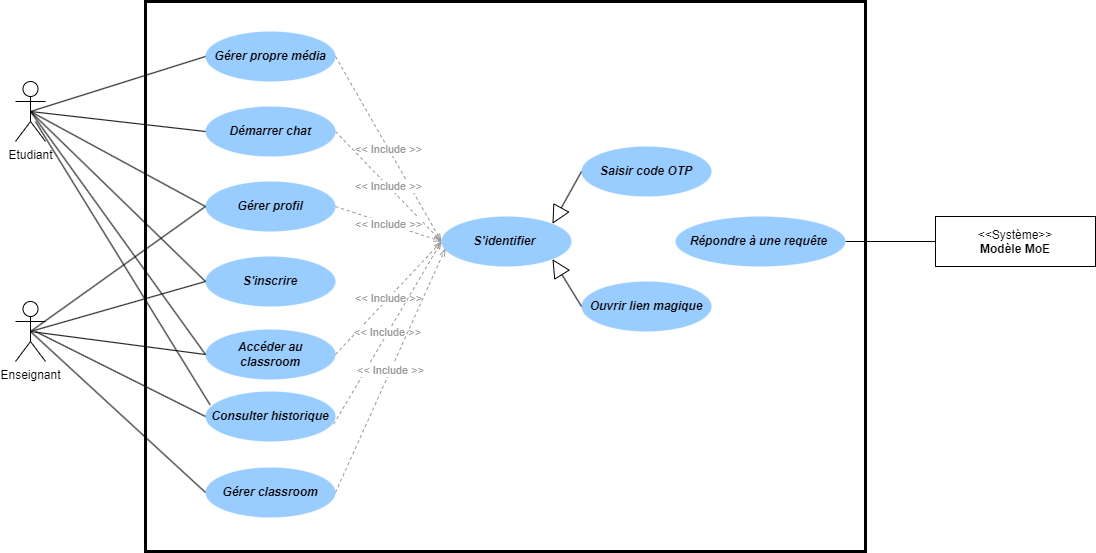
Earlier version of the draw.io export docs/images/chp3/fig2.png (undrstnd-labs/education). Source tidied: cells renumbered, new cells last; positions are measured from the earlier drawing's top-left corner, leaving out a move shared by most shapes.
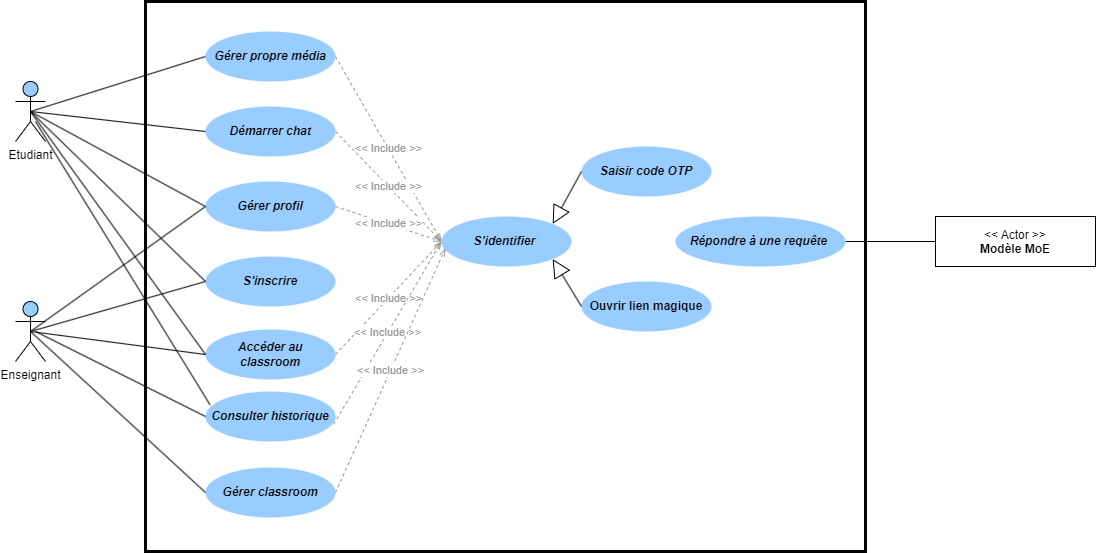
After the commit.

The edit, as a diff of the source:
```diff
@@ -2,16 +2,16 @@
   <root>
     <mxCell id="0" />
     <mxCell id="1" parent="0" />
-    <mxCell id="2" value="&lt;p&gt;&amp;lt;&amp;lt;Système&amp;gt;&amp;gt;&lt;br&gt;&lt;b&gt;Modèle MoE&lt;/b&gt;&lt;/p&gt;" style="shape=rect;html=1;overflow=fill;whiteSpace=wrap;align=center;" parent="1" vertex="1">
+    <mxCell id="2" value="&lt;p&gt;&amp;lt;&amp;lt; Actor &amp;gt;&amp;gt;&lt;br&gt;&lt;b&gt;Modèle MoE&lt;/b&gt;&lt;/p&gt;" style="shape=rect;html=1;overflow=fill;whiteSpace=wrap;align=center;" parent="1" vertex="1">
       <mxGeometry x="920" y="215" width="160" height="50" as="geometry" />
     </mxCell>
     <mxCell id="3" style="rounded=0;whiteSpace=wrap;html=1;fillColor=none;perimeter=rectanglePerimeter;strokeWidth=3;" parent="1" vertex="1">
       <mxGeometry x="130" width="720" height="550" as="geometry" />
     </mxCell>
-    <mxCell id="4" value="Etudiant" style="shape=umlActor;html=1;verticalLabelPosition=bottom;verticalAlign=top;align=center;" parent="1" vertex="1">
+    <mxCell id="4" value="Etudiant" style="shape=umlActor;html=1;verticalLabelPosition=bottom;verticalAlign=top;align=center;fillColor=#99CCFF;" parent="1" vertex="1">
       <mxGeometry y="80" width="30" height="60" as="geometry" />
     </mxCell>
-    <mxCell id="5" value="Enseignant" style="shape=umlActor;html=1;verticalLabelPosition=bottom;verticalAlign=top;align=center;" parent="1" vertex="1">
+    <mxCell id="5" value="Enseignant" style="shape=umlActor;html=1;verticalLabelPosition=bottom;verticalAlign=top;align=center;fillColor=#99CCFF;" parent="1" vertex="1">
       <mxGeometry y="300" width="30" height="60" as="geometry" />
     </mxCell>
     <mxCell id="6" value="&lt;i style=&quot;&quot;&gt;&lt;b style=&quot;&quot;&gt;S'inscrire&lt;/b&gt;&lt;/i&gt;" style="ellipse;whiteSpace=wrap;html=1;shadow=0;fillColor=#99ccff;strokeColor=none;" parent="1" vertex="1">
@@ -26,7 +26,7 @@
     <mxCell id="9" value="&lt;b&gt;&lt;i&gt;Démarrer chat&lt;/i&gt;&lt;/b&gt;" style="ellipse;whiteSpace=wrap;html=1;shadow=0;fillColor=#99ccff;strokeColor=none;" parent="1" vertex="1">
       <mxGeometry x="190" y="105" width="130" height="50" as="geometry" />
     </mxCell>
-    <mxCell id="10" value="&lt;b&gt;&lt;i&gt;Gérer propre média&lt;/i&gt;&lt;/b&gt;" style="ellipse;whiteSpace=wrap;html=1;shadow=0;fillColor=#99ccff;strokeColor=none;" parent="1" vertex="1">
+    <mxCell id="10" value="&lt;b&gt;&lt;i&gt;Gérer propre média&lt;/i&gt;&lt;/b&gt;" style="ellipse;whiteSpace=wrap;html=1;shadow=0;fillColor=#99CCFF;strokeColor=none;" parent="1" vertex="1">
       <mxGeometry x="190" y="30" width="130" height="50" as="geometry" />
     </mxCell>
     <mxCell id="11" value="&lt;b&gt;&lt;i&gt;Gérer profil&lt;/i&gt;&lt;/b&gt;" style="ellipse;whiteSpace=wrap;html=1;shadow=0;fillColor=#99ccff;strokeColor=none;" parent="1" vertex="1">
@@ -83,7 +83,7 @@
     <mxCell id="28" value="&lt;b&gt;&lt;i&gt;Saisir code OTP&lt;/i&gt;&lt;/b&gt;" style="ellipse;whiteSpace=wrap;html=1;shadow=0;fillColor=#99ccff;strokeColor=none;" parent="1" vertex="1">
       <mxGeometry x="566" y="145" width="130" height="50" as="geometry" />
     </mxCell>
-    <mxCell id="29" value="&lt;b&gt;&lt;i&gt;Ouvrir lien magique&lt;/i&gt;&lt;/b&gt;" style="ellipse;whiteSpace=wrap;html=1;shadow=0;fillColor=#99ccff;strokeColor=none;" parent="1" vertex="1">
+    <mxCell id="29" value="&lt;b&gt;&lt;span&gt;Ouvrir lien magique&lt;/span&gt;&lt;/b&gt;" style="ellipse;whiteSpace=wrap;html=1;shadow=0;fillColor=#99ccff;strokeColor=none;fontStyle=0;" parent="1" vertex="1">
       <mxGeometry x="566" y="280" width="130" height="50" as="geometry" />
     </mxCell>
     <mxCell id="30" style="endArrow=block;endSize=16;endFill=0;html=1;rounded=0;entryX=1;entryY=0;entryDx=0;entryDy=0;exitX=0;exitY=0.5;exitDx=0;exitDy=0;" parent="1" edge="1" source="28" target="7">
```
